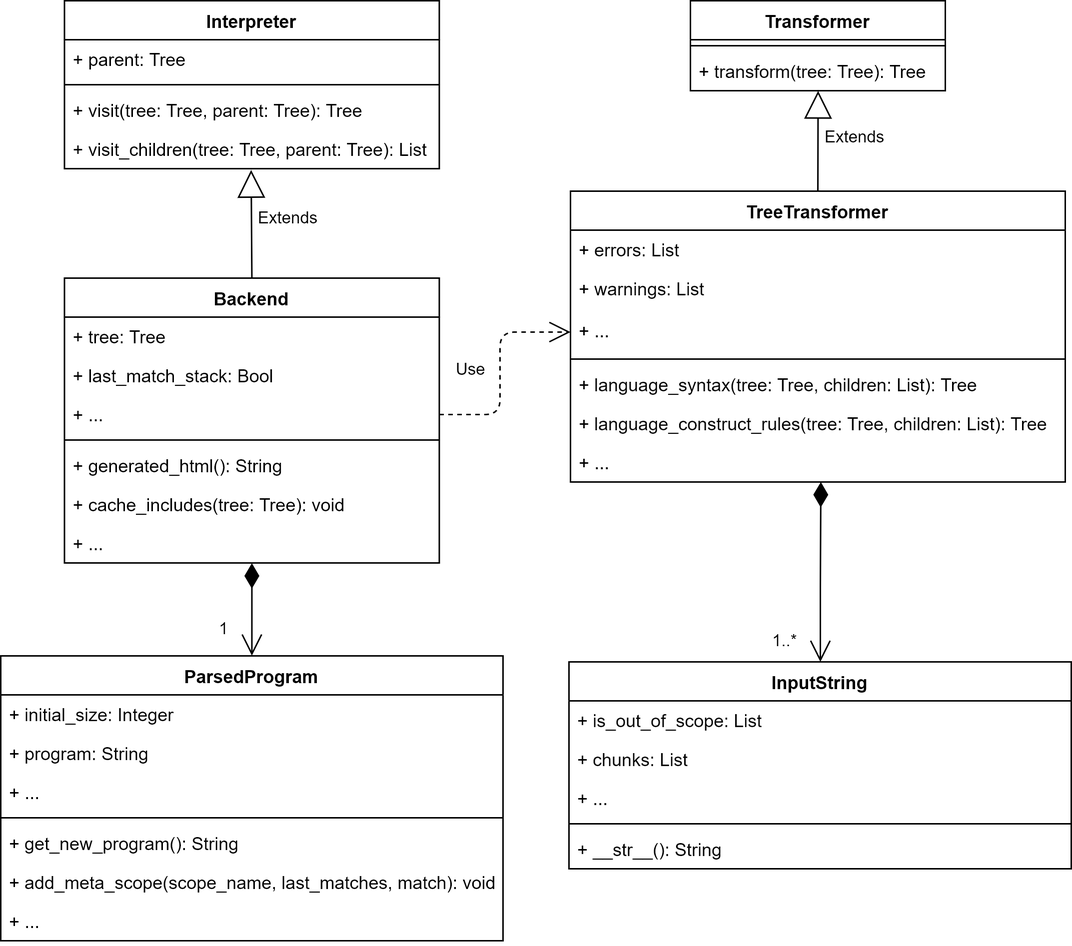
Above: CodeFormatterClassDiagram.png in evandrocoan/objectbeatypictures (draw.io), before the change. Source tidied: cells renumbered, new cells last; positions are measured from the earlier drawing's top-left corner, leaving out a move shared by most shapes.
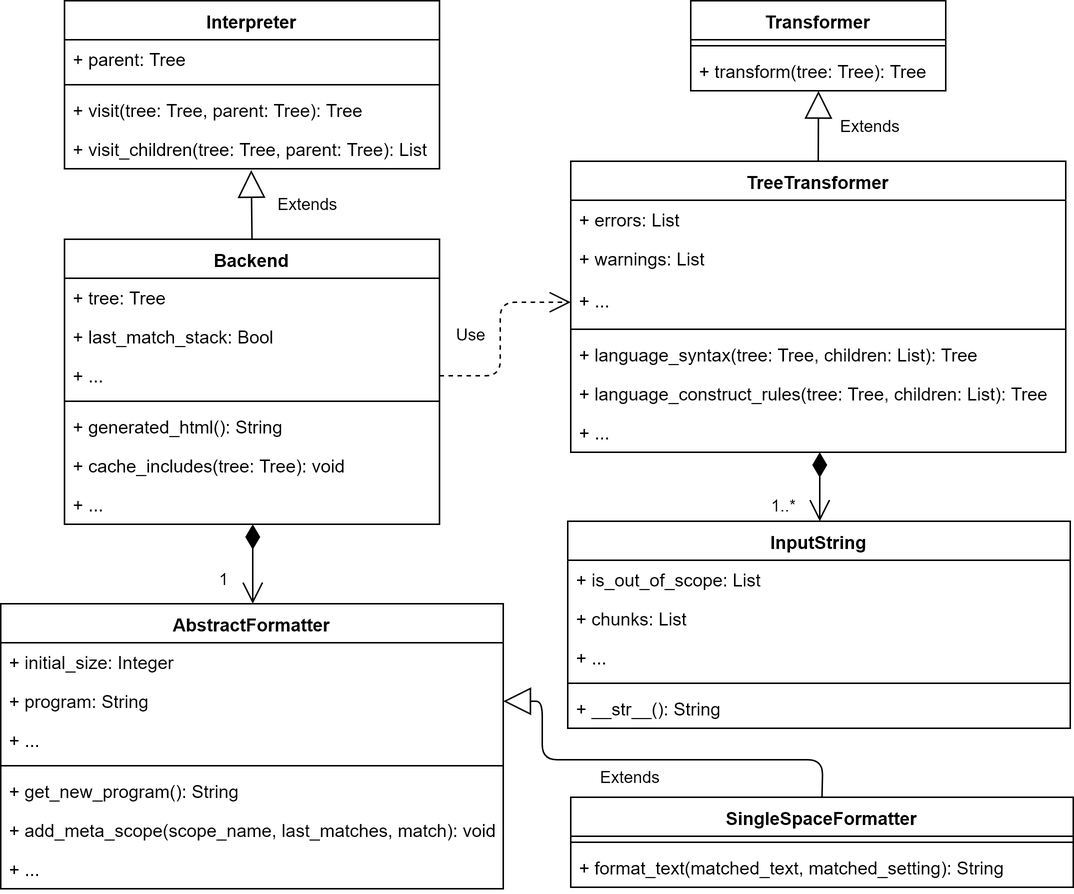
Later version of the same file.

Commit message:
Created the first formatter example which does nothing

The edit, as a diff of the source:
```diff
@@ -3,7 +3,7 @@
     <mxCell id="0" />
     <mxCell id="1" parent="0" />
     <mxCell id="2" value="Interpreter" style="swimlane;fontStyle=1;align=center;verticalAlign=top;horizontal=1;startSize=26;" parent="1" vertex="1">
-      <mxGeometry x="42.5" width="250" height="112" as="geometry" />
+      <mxGeometry x="56.5" y="-364" width="250" height="112" as="geometry" />
     </mxCell>
     <mxCell id="3" value="+ parent: Tree" style="text;strokeColor=none;fillColor=none;align=left;verticalAlign=top;spacingLeft=4;spacingRight=4;overflow=hidden;" parent="2" vertex="1">
       <mxGeometry y="26" width="250" height="26" as="geometry" />
@@ -18,7 +18,7 @@
       <mxGeometry y="86" width="250" height="26" as="geometry" />
     </mxCell>
     <mxCell id="7" value="Transformer" style="swimlane;fontStyle=1;align=center;verticalAlign=top;horizontal=1;startSize=26;" parent="1" vertex="1">
-      <mxGeometry x="460" width="170" height="60" as="geometry" />
+      <mxGeometry x="474" y="-364" width="170" height="60" as="geometry" />
     </mxCell>
     <mxCell id="8" style="line;strokeWidth=1;fillColor=none;align=left;verticalAlign=middle;spacingTop=-1;spacingLeft=3;spacingRight=3;labelPosition=right;" parent="7" vertex="1">
       <mxGeometry y="26" width="170" height="8" as="geometry" />
@@ -27,7 +27,7 @@
       <mxGeometry y="34" width="170" height="26" as="geometry" />
     </mxCell>
     <mxCell id="10" value="TreeTransformer" style="swimlane;fontStyle=1;align=center;verticalAlign=top;horizontal=1;startSize=26;" parent="1" vertex="1">
-      <mxGeometry x="380" y="127" width="330" height="194" as="geometry" />
+      <mxGeometry x="394" y="-257" width="330" height="194" as="geometry" />
     </mxCell>
     <mxCell id="11" value="+ errors: List" style="text;strokeColor=none;fillColor=none;align=left;verticalAlign=top;spacingLeft=4;spacingRight=4;overflow=hidden;" parent="10" vertex="1">
       <mxGeometry y="26" width="330" height="26" as="geometry" />
@@ -51,10 +51,10 @@
       <mxGeometry y="168" width="330" height="26" as="geometry" />
     </mxCell>
     <mxCell id="18" value="Extends" style="endArrow=block;endSize=16;endFill=0;html=1;entryX=0.501;entryY=1.004;entryDx=0;entryDy=0;entryPerimeter=0;exitX=0.5;exitY=0;exitDx=0;exitDy=0;" parent="1" edge="1" source="10" target="9">
-      <mxGeometry x="0.11" y="-25" relative="1" as="geometry" />
+      <mxGeometry x="0.03" y="-35" relative="1" as="geometry" />
     </mxCell>
     <mxCell id="19" value="Backend" style="swimlane;fontStyle=1;align=center;verticalAlign=top;horizontal=1;startSize=26;" parent="1" vertex="1">
-      <mxGeometry x="42.5" y="185" width="250" height="190" as="geometry" />
+      <mxGeometry x="56.5" y="-205" width="250" height="190" as="geometry" />
     </mxCell>
     <mxCell id="20" value="+ tree: Tree" style="text;strokeColor=none;fillColor=none;align=left;verticalAlign=top;spacingLeft=4;spacingRight=4;overflow=hidden;" parent="19" vertex="1">
       <mxGeometry y="26" width="250" height="26" as="geometry" />
@@ -78,10 +78,10 @@
       <mxGeometry y="164" width="250" height="26" as="geometry" />
     </mxCell>
     <mxCell id="27" value="Extends" style="endArrow=block;endSize=16;endFill=0;html=1;exitX=0.5;exitY=0;exitDx=0;exitDy=0;entryX=0.498;entryY=1.034;entryDx=0;entryDy=0;entryPerimeter=0;" parent="1" edge="1" source="19" target="6">
-      <mxGeometry x="0.11" y="-25" relative="1" as="geometry" />
+      <mxGeometry x="-0.02" y="-38" relative="1" as="geometry" />
     </mxCell>
-    <mxCell id="28" value="ParsedProgram" style="swimlane;fontStyle=1;align=center;verticalAlign=top;horizontal=1;startSize=26;" parent="1" vertex="1">
-      <mxGeometry y="437" width="335" height="190" as="geometry" />
+    <mxCell id="28" value="AbstractFormatter" style="swimlane;fontStyle=1;align=center;verticalAlign=top;horizontal=1;startSize=26;" parent="1" vertex="1">
+      <mxGeometry x="14" y="38" width="335" height="190" as="geometry" />
     </mxCell>
     <mxCell id="29" value="+ initial_size: Integer" style="text;strokeColor=none;fillColor=none;align=left;verticalAlign=top;spacingLeft=4;spacingRight=4;overflow=hidden;" parent="28" vertex="1">
       <mxGeometry y="26" width="335" height="26" as="geometry" />
@@ -108,7 +108,7 @@
       <mxGeometry x="0.68" y="-24" relative="1" as="geometry" />
     </mxCell>
     <mxCell id="37" value="InputString" style="swimlane;fontStyle=1;align=center;verticalAlign=top;horizontal=1;startSize=26;" parent="1" vertex="1">
-      <mxGeometry x="379" y="441" width="335" height="138" as="geometry" />
+      <mxGeometry x="392" y="-17" width="335" height="138" as="geometry" />
     </mxCell>
     <mxCell id="38" value="+ is_out_of_scope: List" style="text;strokeColor=none;fillColor=none;align=left;verticalAlign=top;spacingLeft=4;spacingRight=4;overflow=hidden;" parent="37" vertex="1">
       <mxGeometry y="26" width="335" height="26" as="geometry" />
@@ -125,18 +125,34 @@
     <mxCell id="42" value="+ __str__(): String" style="text;strokeColor=none;fillColor=none;align=left;verticalAlign=top;spacingLeft=4;spacingRight=4;overflow=hidden;" parent="37" vertex="1">
       <mxGeometry y="112" width="335" height="26" as="geometry" />
     </mxCell>
-    <mxCell id="43" value="1..*" style="endArrow=open;html=1;endSize=12;startArrow=diamondThin;startSize=14;startFill=1;edgeStyle=orthogonalEdgeStyle;align=left;verticalAlign=bottom;" parent="1" edge="1" target="37">
-      <mxGeometry x="0.9" y="-34" relative="1" as="geometry">
-        <mxPoint x="547" y="321" as="sourcePoint" />
-      </mxGeometry>
+    <mxCell id="43" value="1..*" style="endArrow=open;html=1;endSize=12;startArrow=diamondThin;startSize=14;startFill=1;edgeStyle=orthogonalEdgeStyle;align=left;verticalAlign=bottom;exitX=0.504;exitY=1.004;exitDx=0;exitDy=0;exitPerimeter=0;" parent="1" edge="1" source="17" target="37">
+      <mxGeometry x="0.9" y="-34" relative="1" as="geometry" />
     </mxCell>
     <mxCell id="44" value="Use" style="endArrow=open;endSize=12;dashed=1;html=1;exitX=1;exitY=0.5;exitDx=0;exitDy=0;entryX=0;entryY=0.5;entryDx=0;entryDy=0;" parent="1" edge="1" source="22" target="13">
       <mxGeometry y="19" relative="1" as="geometry">
         <Array as="points">
-          <mxPoint x="333" y="276" />
-          <mxPoint x="333" y="221" />
+          <mxPoint x="347" y="-114" />
+          <mxPoint x="347" y="-163" />
         </Array>
       </mxGeometry>
     </mxCell>
+    <mxCell id="45" value="SingleSpaceFormatter" style="swimlane;fontStyle=1;align=center;verticalAlign=top;horizontal=1;startSize=26;" parent="1" vertex="1">
+      <mxGeometry x="394" y="167" width="335" height="60" as="geometry" />
+    </mxCell>
+    <mxCell id="46" style="line;strokeWidth=1;fillColor=none;align=left;verticalAlign=middle;spacingTop=-1;spacingLeft=3;spacingRight=3;labelPosition=right;" parent="45" vertex="1">
+      <mxGeometry y="26" width="335" height="8" as="geometry" />
+    </mxCell>
+    <mxCell id="47" value="+ format_text(matched_text, matched_setting): String" style="text;strokeColor=none;fillColor=none;align=left;verticalAlign=top;spacingLeft=4;spacingRight=4;overflow=hidden;" parent="45" vertex="1">
+      <mxGeometry y="34" width="335" height="26" as="geometry" />
+    </mxCell>
+    <mxCell id="48" value="Extends" style="endArrow=block;endSize=16;endFill=0;html=1;exitX=0.5;exitY=0;exitDx=0;exitDy=0;entryX=1;entryY=0.5;entryDx=0;entryDy=0;" parent="1" edge="1" source="45" target="30">
+      <mxGeometry x="0.1" y="11" relative="1" as="geometry">
+        <Array as="points">
+          <mxPoint x="562" y="142" />
+          <mxPoint x="375" y="142" />
+          <mxPoint x="375" y="103" />
+        </Array>
+      </mxGeometry>
+    </mxCell>
   </root>
 </mxGraphModel>
```
